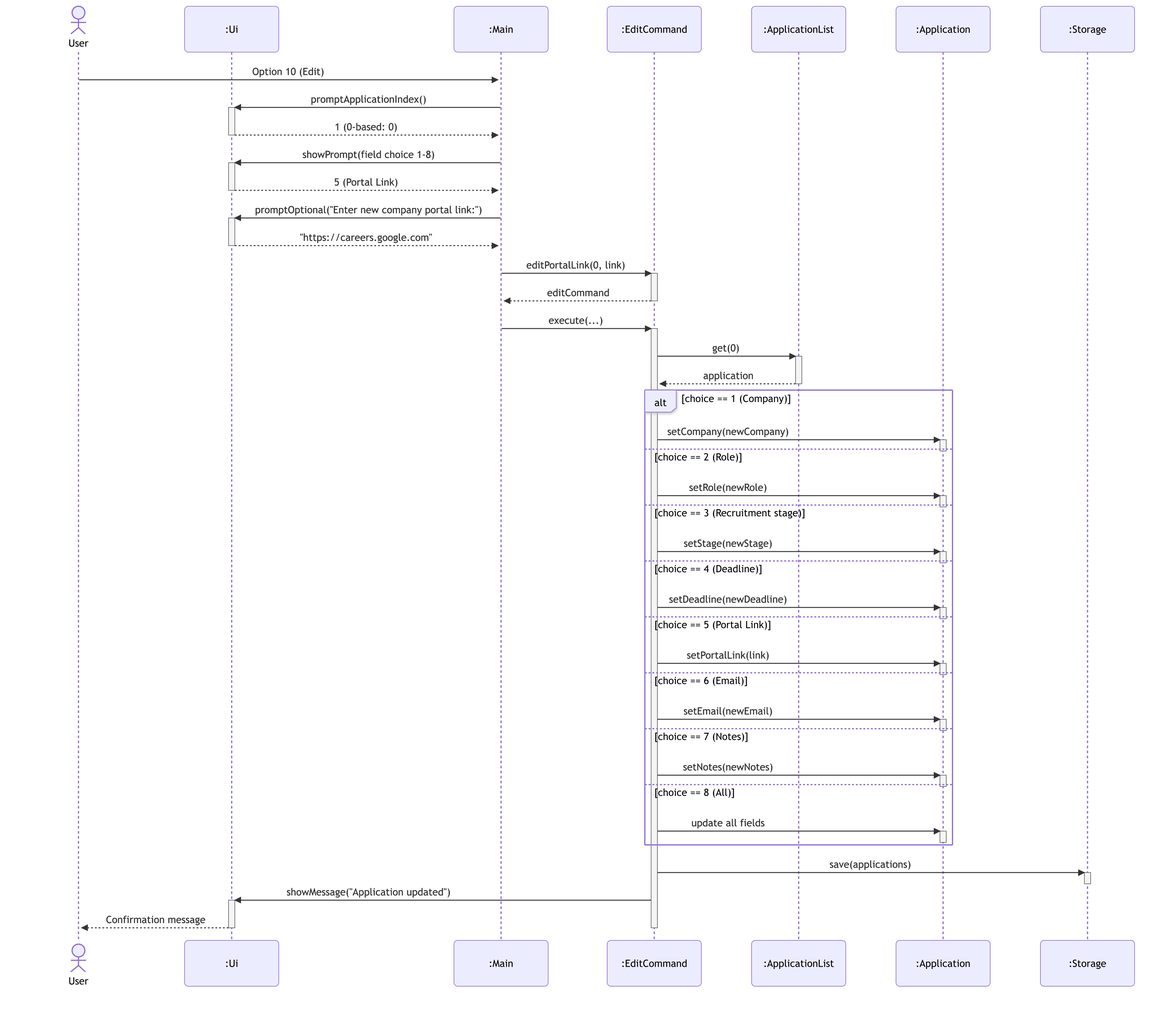
The Mermaid diagram docs/diagrams/edit-application-sequence.png in AY2627S1-CS2113-T10-2/tp, before a commit. Its source is kept beside it as docs/diagrams/sources/edit-application-sequence.mmd.
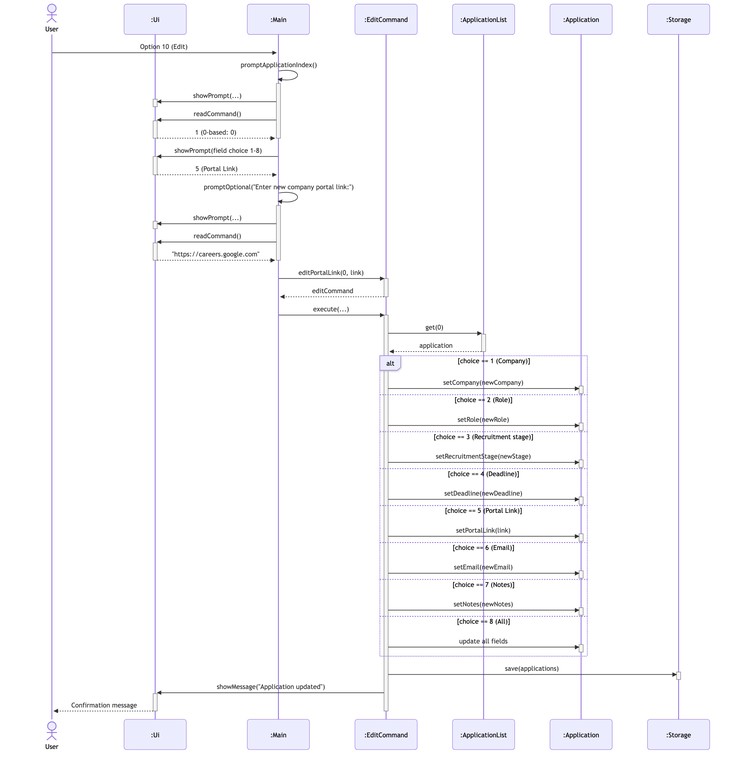
After the commit.

Change to the diagram source:
```diff
@@ -9,18 +9,30 @@
     participant storage as :Storage
 
     user->>main: Option 10 (Edit)
-    main->>ui: promptApplicationIndex()
+    main->>main: promptApplicationIndex()
+    activate main
+    main->>ui: showPrompt(...)
+    activate ui
+    deactivate ui
+    main->>ui: readCommand()
     activate ui
     ui-->>main: 1 (0-based: 0)
     deactivate ui
+    deactivate main
     main->>ui: showPrompt(field choice 1-8)
     activate ui
     ui-->>main: 5 (Portal Link)
     deactivate ui
-    main->>ui: promptOptional("Enter new company portal link:")
+    main->>main: promptOptional("Enter new company portal link:")
+    activate main
+    main->>ui: showPrompt(...)
+    activate ui
+    deactivate ui
+    main->>ui: readCommand()
     activate ui
     ui-->>main: "https://careers.google.com"
     deactivate ui
+    deactivate main
     main->>cmd: editPortalLink(0, link)
     activate cmd
     cmd-->>main: editCommand
@@ -41,7 +53,7 @@
         activate app
         deactivate app
     else choice == 3 (Recruitment stage)
-        cmd->>app: setStage(newStage)
+        cmd->>app: setRecruitmentStage(newStage)
         activate app
         deactivate app
     else choice == 4 (Deadline)
```
